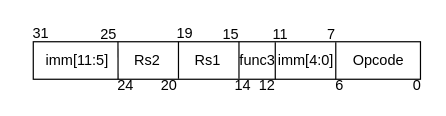
campandrea/Lab_ISA keeps this draw.io diagram as LAB3/homebook/images/sources/Stype.drawio. Above is the earlier version. Source tidied: cells renumbered, new cells numbered last; positions are measured from the earlier drawing's top-left corner, leaving out a move shared by most shapes. Both pictures are drawn from the tidied source at 121%, with x=0, y=0 at pixel (22, 21).
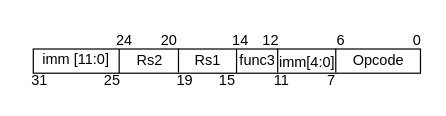
The same page after the edit.

What changed in the source:
```diff
@@
-    <mxCell id="2" style="rounded=0;whiteSpace=wrap;html=1;" parent="1" vertex="1">
-      <mxGeometry x="9" y="17" width="320" height="31" as="geometry" />
-    </mxCell>
-    <mxCell id="3" style="endArrow=none;html=1;exitX=0.219;exitY=0.999;exitDx=0;exitDy=0;exitPerimeter=0;" parent="1" edge="1" source="2">
-      <mxGeometry relative="1" as="geometry">
-        <mxPoint x="79" y="17" as="targetPoint" />
-      </mxGeometry>
-    </mxCell>
-    <mxCell id="4" style="endArrow=none;html=1;exitX=0.375;exitY=0.987;exitDx=0;exitDy=0;exitPerimeter=0;" parent="1" edge="1" source="2">
-      <mxGeometry relative="1" as="geometry">
-        <mxPoint x="129" y="17" as="targetPoint" />
-      </mxGeometry>
-    </mxCell>
-    <mxCell id="5" value="imm[11:5]" style="text;html=1;align=center;verticalAlign=middle;" parent="1" vertex="1">
-      <mxGeometry x="10" y="23" width="70" height="20" as="geometry" />
-    </mxCell>
-    <mxCell id="6" value="Rs2" style="text;html=1;align=center;verticalAlign=middle;" parent="1" vertex="1">
-      <mxGeometry x="83" y="22.5" width="40" height="20" as="geometry" />
-    </mxCell>
+    <mxCell id="26" style="rounded=0;whiteSpace=wrap;html=1;" parent="1" vertex="1">
+      <mxGeometry x="9" y="23" width="320" height="20" as="geometry" />
+    </mxCell>
+    <mxCell id="27" value="imm [11:0]" style="text;html=1;align=center;verticalAlign=middle;" parent="1" vertex="1">
+      <mxGeometry x="11" y="22.5" width="66" height="19" as="geometry" />
+    </mxCell>
@@
     <mxCell id="9" value="imm[4:0]" style="text;html=1;align=center;verticalAlign=middle;" parent="1" vertex="1">
-      <mxGeometry x="204" y="23" width="60" height="20" as="geometry" />
+      <mxGeometry x="206" y="24" width="57" height="19" as="geometry" />
     </mxCell>
     <mxCell id="10" value="Opcode" style="text;html=1;align=center;verticalAlign=middle;" parent="1" vertex="1">
-      <mxGeometry x="264" y="22.5" width="60" height="20" as="geometry" />
+      <mxGeometry x="264" y="23" width="60" height="20" as="geometry" />
     </mxCell>
     <mxCell id="11" value="31" style="text;html=1;align=center;verticalAlign=middle;" parent="1" vertex="1">
-      <mxGeometry width="30" height="20" as="geometry" />
+      <mxGeometry x="-1" y="39" width="30" height="20" as="geometry" />
     </mxCell>
-    <mxCell id="12" value="25" style="text;html=1;align=center;verticalAlign=middle;" parent="1" vertex="1">
-      <mxGeometry x="56" y="1" width="30" height="20" as="geometry" />
-    </mxCell>
-    <mxCell id="13" value="24" style="text;html=1;align=center;verticalAlign=middle;" parent="1" vertex="1">
-      <mxGeometry x="72" y="43" width="25" height="19" as="geometry" />
-    </mxCell>
     <mxCell id="14" value="20" style="text;html=1;align=center;verticalAlign=middle;" parent="1" vertex="1">
-      <mxGeometry x="108" y="43" width="25" height="19" as="geometry" />
+      <mxGeometry x="108" y="6" width="25" height="19" as="geometry" />
     </mxCell>
     <mxCell id="15" value="19" style="text;html=1;align=center;verticalAlign=middle;" parent="1" vertex="1">
-      <mxGeometry x="121" y="0.5" width="25" height="19" as="geometry" />
+      <mxGeometry x="121" y="39" width="25" height="19" as="geometry" />
     </mxCell>
     <mxCell id="16" value="15" style="text;html=1;align=center;verticalAlign=middle;" parent="1" vertex="1">
-      <mxGeometry x="159" y="1" width="25" height="19" as="geometry" />
+      <mxGeometry x="156.5" y="39" width="25" height="19" as="geometry" />
     </mxCell>
     <mxCell id="17" value="14" style="text;html=1;align=center;verticalAlign=middle;" parent="1" vertex="1">
-      <mxGeometry x="169" y="43" width="25" height="19" as="geometry" />
+      <mxGeometry x="167" y="6" width="25" height="19" as="geometry" />
     </mxCell>
     <mxCell id="18" value="12" style="text;html=1;align=center;verticalAlign=middle;" parent="1" vertex="1">
-      <mxGeometry x="189" y="43" width="25" height="19" as="geometry" />
+      <mxGeometry x="192" y="6" width="25" height="19" as="geometry" />
     </mxCell>
-    <mxCell id="19" value="11" style="text;html=1;align=center;verticalAlign=middle;" parent="1" vertex="1">
-      <mxGeometry x="201" y="1.5" width="24" height="19" as="geometry" />
-    </mxCell>
     <mxCell id="20" value="7" style="text;html=1;align=center;verticalAlign=middle;" parent="1" vertex="1">
-      <mxGeometry x="246" y="1" width="17" height="19" as="geometry" />
+      <mxGeometry x="246" y="39" width="17" height="19" as="geometry" />
     </mxCell>
     <mxCell id="21" value="6" style="text;html=1;align=center;verticalAlign=middle;" parent="1" vertex="1">
-      <mxGeometry x="253" y="43" width="17" height="19" as="geometry" />
+      <mxGeometry x="254" y="6" width="17" height="19" as="geometry" />
     </mxCell>
     <mxCell id="22" value="0" style="text;html=1;align=center;verticalAlign=middle;" parent="1" vertex="1">
-      <mxGeometry x="317" y="43" width="17" height="19" as="geometry" />
+      <mxGeometry x="317" y="6" width="17" height="19" as="geometry" />
     </mxCell>
-    <mxCell id="23" style="endArrow=none;html=1;exitX=0.375;exitY=0.987;exitDx=0;exitDy=0;exitPerimeter=0;" parent="1" edge="1">
-      <mxGeometry relative="1" as="geometry">
-        <mxPoint x="179" y="47.6" as="sourcePoint" />
-        <mxPoint x="179" y="17" as="targetPoint" />
-      </mxGeometry>
-    </mxCell>
-    <mxCell id="24" style="endArrow=none;html=1;exitX=0.375;exitY=0.987;exitDx=0;exitDy=0;exitPerimeter=0;" parent="1" edge="1">
-      <mxGeometry relative="1" as="geometry">
-        <mxPoint x="209" y="48" as="sourcePoint" />
-        <mxPoint x="209" y="17.4" as="targetPoint" />
-      </mxGeometry>
-    </mxCell>
-    <mxCell id="25" style="endArrow=none;html=1;exitX=0.375;exitY=0.987;exitDx=0;exitDy=0;exitPerimeter=0;" parent="1" edge="1">
-      <mxGeometry relative="1" as="geometry">
-        <mxPoint x="259" y="48" as="sourcePoint" />
-        <mxPoint x="259" y="17.4" as="targetPoint" />
-        <Array as="points">
-          <mxPoint x="259" y="33" />
-        </Array>
-      </mxGeometry>
-    </mxCell>
+    <mxCell id="28" style="endArrow=none;html=1;" parent="1" edge="1">
+      <mxGeometry relative="1" as="geometry">
+        <mxPoint x="259" y="42.5" as="sourcePoint" />
+        <mxPoint x="259" y="22.5" as="targetPoint" />
+        <Array as="points">
+          <mxPoint x="259" y="30.5" />
+        </Array>
+      </mxGeometry>
+    </mxCell>
+    <mxCell id="29" style="endArrow=none;html=1;" parent="1" edge="1">
+      <mxGeometry relative="1" as="geometry">
+        <mxPoint x="211" y="42.5" as="sourcePoint" />
+        <mxPoint x="211" y="22.5" as="targetPoint" />
+        <Array as="points">
+          <mxPoint x="211" y="30.5" />
+        </Array>
+      </mxGeometry>
+    </mxCell>
+    <mxCell id="30" style="endArrow=none;html=1;" parent="1" edge="1">
+      <mxGeometry relative="1" as="geometry">
+        <mxPoint x="177" y="43" as="sourcePoint" />
+        <mxPoint x="177" y="23" as="targetPoint" />
+        <Array as="points">
+          <mxPoint x="177" y="31" />
+        </Array>
+      </mxGeometry>
+    </mxCell>
+    <mxCell id="31" style="endArrow=none;html=1;" parent="1" edge="1">
+      <mxGeometry relative="1" as="geometry">
+        <mxPoint x="129" y="42.5" as="sourcePoint" />
+        <mxPoint x="129" y="22.5" as="targetPoint" />
+        <Array as="points">
+          <mxPoint x="129" y="30.5" />
+        </Array>
+      </mxGeometry>
+    </mxCell>
+    <mxCell id="19" value="11" style="text;html=1;align=center;verticalAlign=middle;" parent="1" vertex="1">
+      <mxGeometry x="202" y="39" width="24" height="19" as="geometry" />
+    </mxCell>
+    <mxCell id="32" style="endArrow=none;html=1;" parent="1" edge="1">
+      <mxGeometry relative="1" as="geometry">
+        <mxPoint x="80" y="43" as="sourcePoint" />
+        <mxPoint x="80" y="23" as="targetPoint" />
+        <Array as="points">
+          <mxPoint x="80" y="31" />
+        </Array>
+      </mxGeometry>
+    </mxCell>
+    <mxCell id="6" value="Rs2" style="text;html=1;align=center;verticalAlign=middle;" parent="1" vertex="1">
+      <mxGeometry x="88" y="23.5" width="33" height="19" as="geometry" />
+    </mxCell>
+    <mxCell id="12" value="25" style="text;html=1;align=center;verticalAlign=middle;" parent="1" vertex="1">
+      <mxGeometry x="61" y="39" width="25" height="19" as="geometry" />
+    </mxCell>
+    <mxCell id="13" value="24" style="text;html=1;align=center;verticalAlign=middle;" parent="1" vertex="1">
+      <mxGeometry x="71" y="6" width="25" height="19" as="geometry" />
+    </mxCell>
```
